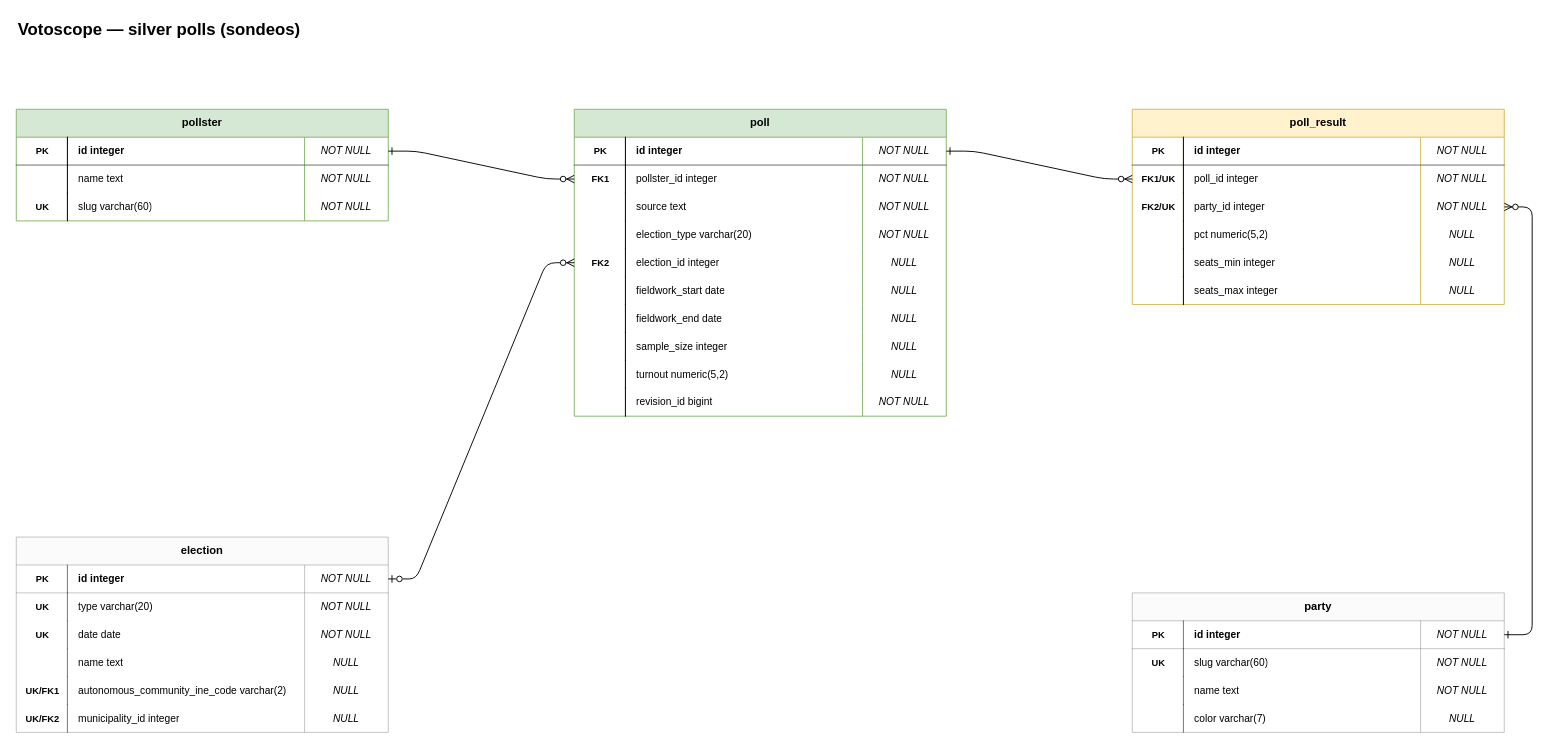
Above: page "Silver polls" (4 of 5) of docs/db/schema.drawio in javidevmar/votoscope (draw.io), before the change. Source tidied: cells renumbered, new cells numbered last; positions are measured from the earlier drawing's top-left corner, leaving out a move shared by most shapes. Both pictures are drawn from the tidied source at 93%, with x=0, y=0 at pixel (16, 16).
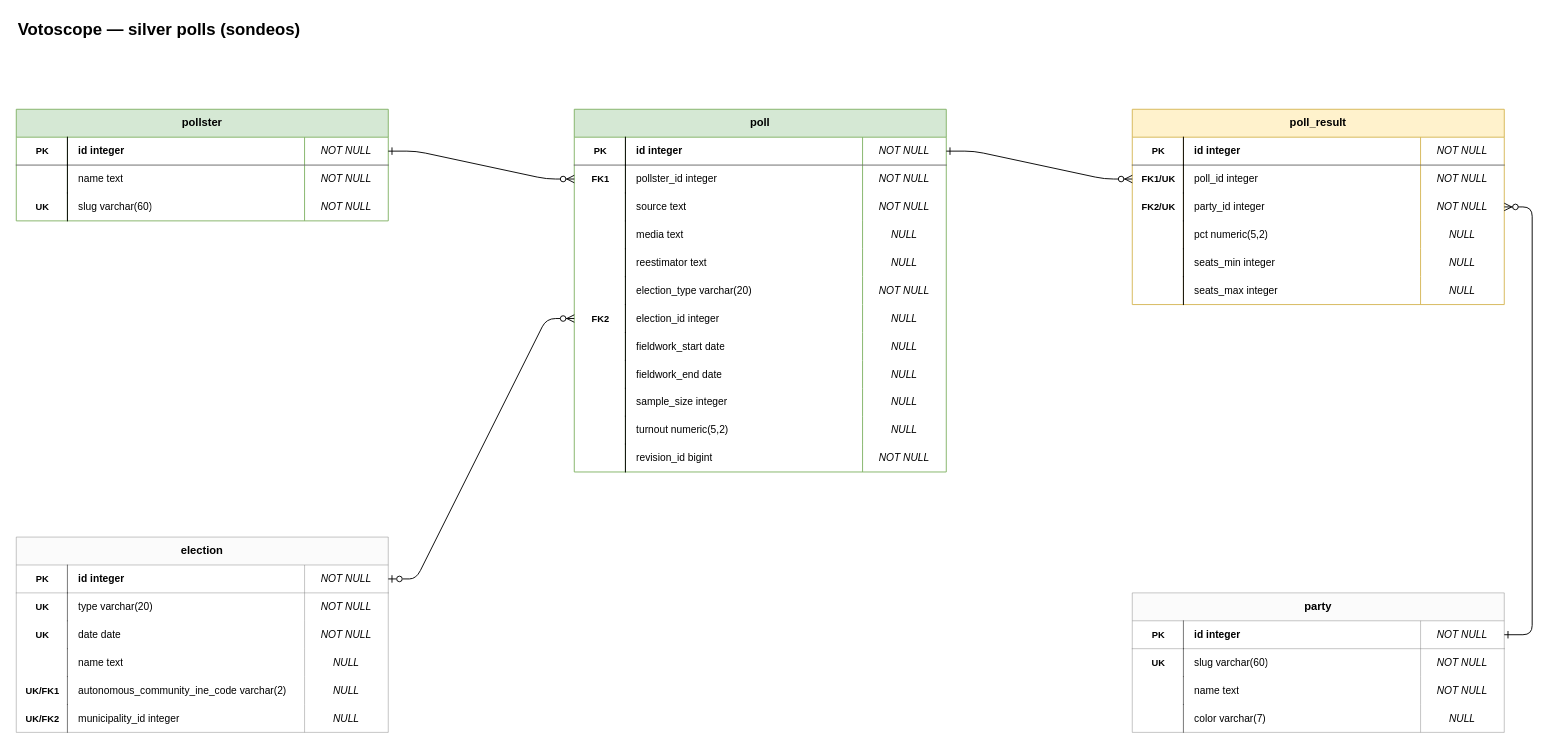
After the change.

What changed in the source:
```diff
@@
     <mxCell id="16" value="poll" style="shape=table;startSize=30;childLayout=tableLayout;rowLines=0;fontStyle=1;align=center;whiteSpace=wrap;html=1;fillColor=#d5e8d4;strokeColor=#82b366;fontFamily=Arial;" parent="1" vertex="1">
-      <mxGeometry x="600" y="100" width="400" height="330" as="geometry" />
+      <mxGeometry x="600" y="100" width="400" height="390" as="geometry" />
     </mxCell>
@@
+    <mxCell id="128" style="shape=tableRow;horizontal=0;startSize=0;swimlaneHead=0;swimlaneBody=0;fillColor=none;top=0;left=0;right=0;bottom=0;strokeColor=none;whiteSpace=wrap;html=1;" parent="16" vertex="1">
+      <mxGeometry y="120" width="400" height="30" as="geometry" />
+    </mxCell>
+    <mxCell id="129" style="shape=partialRectangle;fillColor=none;top=0;left=0;bottom=0;right=1;align=center;verticalAlign=middle;fontSize=10;fontStyle=1;html=1;" parent="128" vertex="1">
+      <mxGeometry width="55" height="30" as="geometry" />
+    </mxCell>
+    <mxCell id="130" value="media text" style="shape=partialRectangle;fillColor=none;strokeColor=none;overflow=hidden;verticalAlign=middle;fontSize=11;align=left;spacingLeft=10;whiteSpace=wrap;html=1;" parent="128" vertex="1">
+      <mxGeometry x="55" width="255" height="30" as="geometry" />
+    </mxCell>
+    <mxCell id="131" value="NULL" style="shape=partialRectangle;fillColor=none;strokeColor=none;overflow=hidden;verticalAlign=middle;fontSize=11;fontStyle=2;align=center;whiteSpace=wrap;html=1;" parent="128" vertex="1">
+      <mxGeometry x="310" width="90" height="30" as="geometry" />
+    </mxCell>
+    <mxCell id="132" style="shape=tableRow;horizontal=0;startSize=0;swimlaneHead=0;swimlaneBody=0;fillColor=none;top=0;left=0;right=0;bottom=0;strokeColor=none;whiteSpace=wrap;html=1;" parent="16" vertex="1">
+      <mxGeometry y="150" width="400" height="30" as="geometry" />
+    </mxCell>
+    <mxCell id="133" style="shape=partialRectangle;fillColor=none;top=0;left=0;bottom=0;right=1;align=center;verticalAlign=middle;fontSize=10;fontStyle=1;html=1;" parent="132" vertex="1">
+      <mxGeometry width="55" height="30" as="geometry" />
+    </mxCell>
+    <mxCell id="134" value="reestimator text" style="shape=partialRectangle;fillColor=none;strokeColor=none;overflow=hidden;verticalAlign=middle;fontSize=11;align=left;spacingLeft=10;whiteSpace=wrap;html=1;" parent="132" vertex="1">
+      <mxGeometry x="55" width="255" height="30" as="geometry" />
+    </mxCell>
+    <mxCell id="135" value="NULL" style="shape=partialRectangle;fillColor=none;strokeColor=none;overflow=hidden;verticalAlign=middle;fontSize=11;fontStyle=2;align=center;whiteSpace=wrap;html=1;" parent="132" vertex="1">
+      <mxGeometry x="310" width="90" height="30" as="geometry" />
+    </mxCell>
     <mxCell id="29" style="shape=tableRow;horizontal=0;startSize=0;swimlaneHead=0;swimlaneBody=0;fillColor=none;top=0;left=0;right=0;bottom=0;strokeColor=none;whiteSpace=wrap;html=1;" parent="16" vertex="1">
-      <mxGeometry y="120" width="400" height="30" as="geometry" />
+      <mxGeometry y="180" width="400" height="30" as="geometry" />
     </mxCell>
@@
     <mxCell id="33" style="shape=tableRow;horizontal=0;startSize=0;swimlaneHead=0;swimlaneBody=0;fillColor=none;points=[[0,0.5],[1,0.5]];portConstraint=eastwest;top=0;left=0;right=0;bottom=0;strokeColor=none;whiteSpace=wrap;html=1;" parent="16" vertex="1">
-      <mxGeometry y="150" width="400" height="30" as="geometry" />
+      <mxGeometry y="210" width="400" height="30" as="geometry" />
     </mxCell>
@@
     <mxCell id="37" style="shape=tableRow;horizontal=0;startSize=0;swimlaneHead=0;swimlaneBody=0;fillColor=none;top=0;left=0;right=0;bottom=0;strokeColor=none;whiteSpace=wrap;html=1;" parent="16" vertex="1">
-      <mxGeometry y="180" width="400" height="30" as="geometry" />
+      <mxGeometry y="240" width="400" height="30" as="geometry" />
     </mxCell>
@@
     <mxCell id="41" style="shape=tableRow;horizontal=0;startSize=0;swimlaneHead=0;swimlaneBody=0;fillColor=none;top=0;left=0;right=0;bottom=0;strokeColor=none;whiteSpace=wrap;html=1;" parent="16" vertex="1">
-      <mxGeometry y="210" width="400" height="30" as="geometry" />
+      <mxGeometry y="270" width="400" height="30" as="geometry" />
     </mxCell>
@@
     <mxCell id="45" style="shape=tableRow;horizontal=0;startSize=0;swimlaneHead=0;swimlaneBody=0;fillColor=none;top=0;left=0;right=0;bottom=0;strokeColor=none;whiteSpace=wrap;html=1;" parent="16" vertex="1">
-      <mxGeometry y="240" width="400" height="30" as="geometry" />
+      <mxGeometry y="300" width="400" height="30" as="geometry" />
     </mxCell>
@@
     <mxCell id="49" style="shape=tableRow;horizontal=0;startSize=0;swimlaneHead=0;swimlaneBody=0;fillColor=none;top=0;left=0;right=0;bottom=0;strokeColor=none;whiteSpace=wrap;html=1;" parent="16" vertex="1">
-      <mxGeometry y="270" width="400" height="30" as="geometry" />
+      <mxGeometry y="330" width="400" height="30" as="geometry" />
     </mxCell>
@@
     <mxCell id="53" style="shape=tableRow;horizontal=0;startSize=0;swimlaneHead=0;swimlaneBody=0;fillColor=none;top=0;left=0;right=0;bottom=0;strokeColor=none;whiteSpace=wrap;html=1;" parent="16" vertex="1">
-      <mxGeometry y="300" width="400" height="30" as="geometry" />
+      <mxGeometry y="360" width="400" height="30" as="geometry" />
     </mxCell>
```
